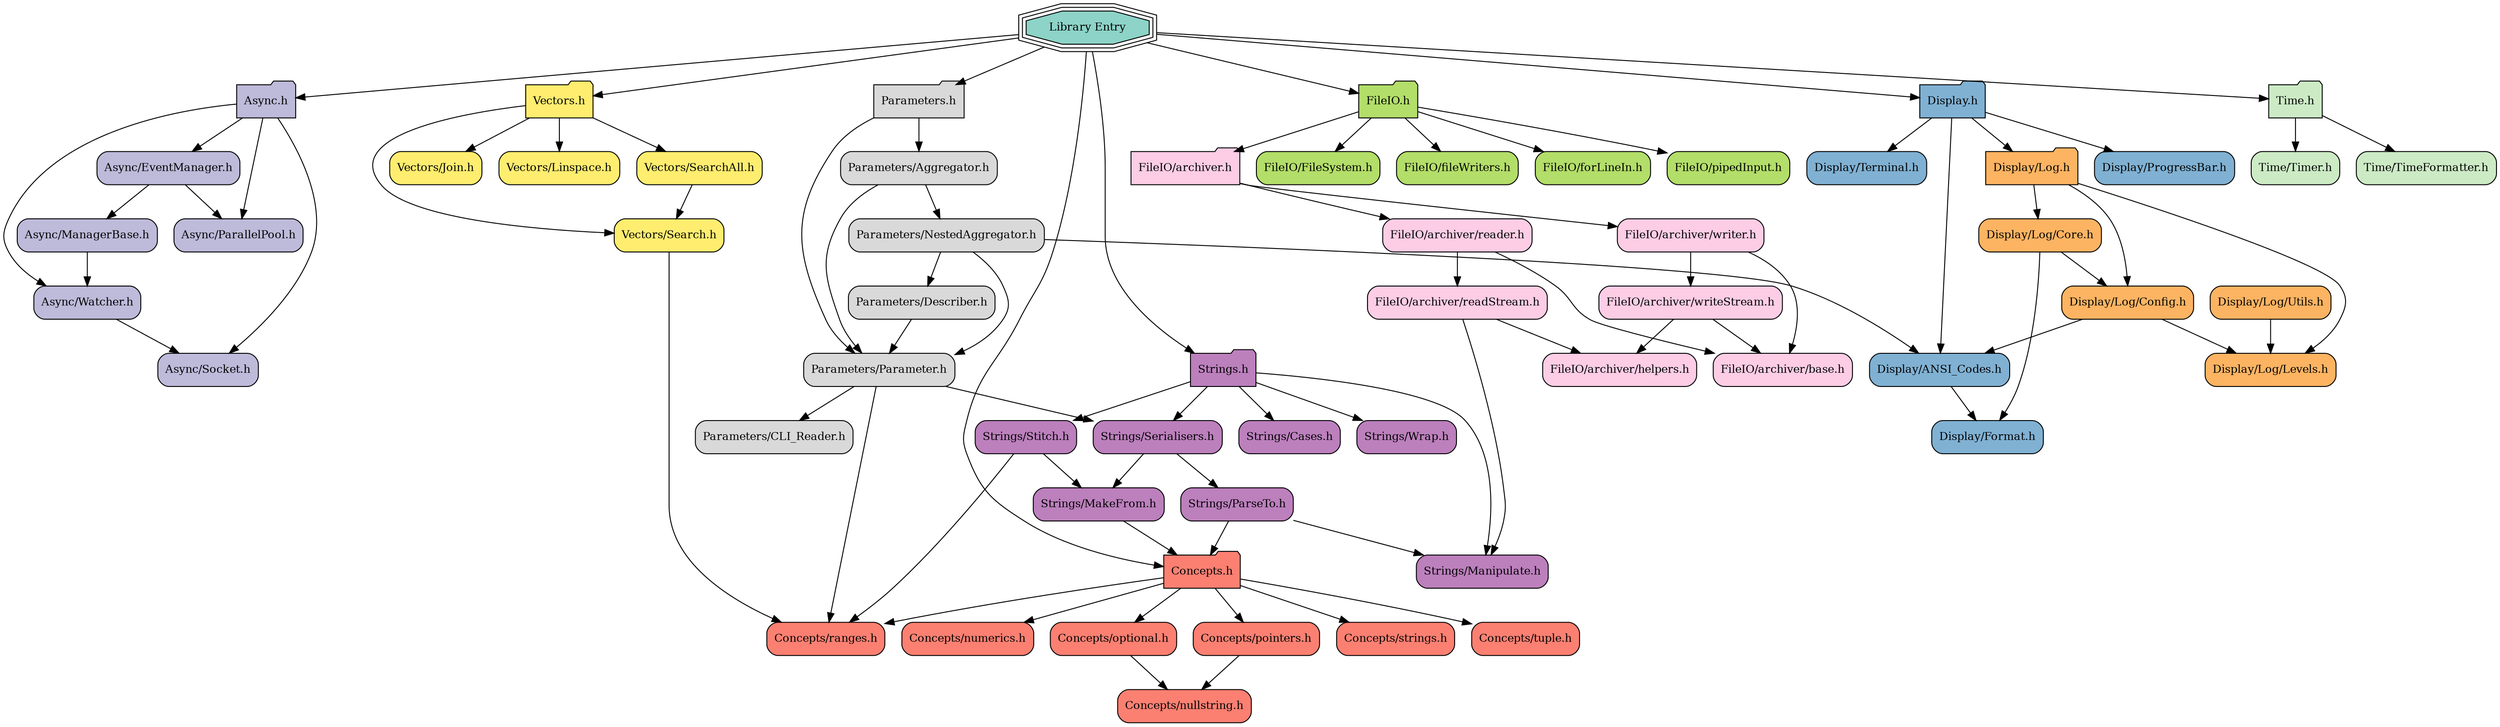
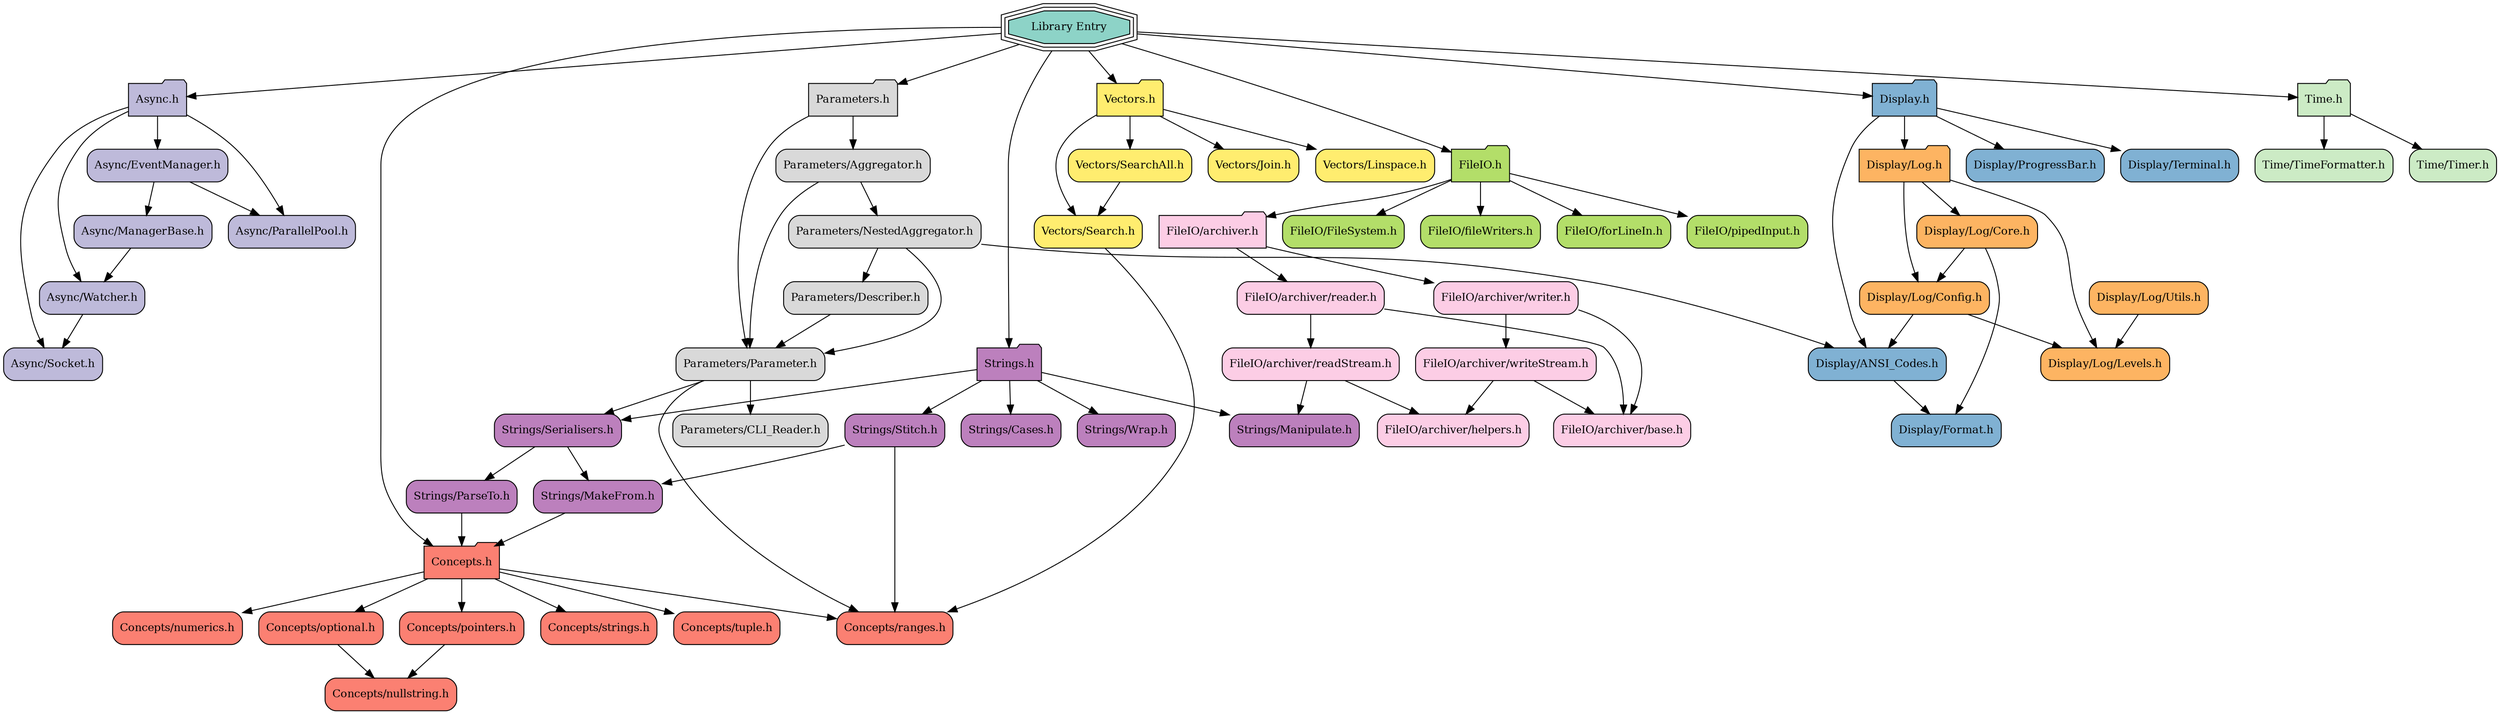
digraph codeviz {
    splines=true
    sep="+15,15"
    overlap=false

    node [shape=Mrecord, fontsize=12]

    node [fillcolor = "#8dd3c7",shape="tripleoctagon", style = "filled"] "JSL.h"                             [label = "Library Entry"]
    node [fillcolor = "#bebada", shape="folder", style = "filled"] "JSL/Async.h"                       [label = "Async.h"]
    node [fillcolor = "#bebada",shape="Mrecord", style = "filled"] "JSL/Async/EventManager.h"          [label = "Async/EventManager.h"]
    node [fillcolor = "#bebada",shape="Mrecord", style = "filled"] "JSL/Async/ManagerBase.h"           [label = "Async/ManagerBase.h"]
    node [fillcolor = "#bebada",shape="Mrecord", style = "filled"] "JSL/Async/ParallelPool.h"          [label = "Async/ParallelPool.h"]
    node [fillcolor = "#bebada",shape="Mrecord", style = "filled"] "JSL/Async/Socket.h"                [label = "Async/Socket.h"]
    node [fillcolor = "#bebada",shape="Mrecord", style = "filled"] "JSL/Async/Watcher.h"               [label = "Async/Watcher.h"]
    node [fillcolor = "#fb8072", shape="folder", style = "filled"] "JSL/Concepts.h"                    [label = "Concepts.h"]
    node [fillcolor = "#fb8072",shape="Mrecord", style = "filled"] "JSL/Concepts/nullstring.h"         [label = "Concepts/nullstring.h"]
    node [fillcolor = "#fb8072",shape="Mrecord", style = "filled"] "JSL/Concepts/numerics.h"           [label = "Concepts/numerics.h"]
    node [fillcolor = "#fb8072",shape="Mrecord", style = "filled"] "JSL/Concepts/optional.h"           [label = "Concepts/optional.h"]
    node [fillcolor = "#fb8072",shape="Mrecord", style = "filled"] "JSL/Concepts/pointers.h"           [label = "Concepts/pointers.h"]
    node [fillcolor = "#fb8072",shape="Mrecord", style = "filled"] "JSL/Concepts/ranges.h"             [label = "Concepts/ranges.h"]
    node [fillcolor = "#fb8072",shape="Mrecord", style = "filled"] "JSL/Concepts/strings.h"            [label = "Concepts/strings.h"]
    node [fillcolor = "#fb8072",shape="Mrecord", style = "filled"] "JSL/Concepts/tuple.h"              [label = "Concepts/tuple.h"]
    node [fillcolor = "#80b1d3", shape="folder", style = "filled"] "JSL/Display.h"                     [label = "Display.h"]
    node [fillcolor = "#80b1d3",shape="Mrecord", style = "filled"] "JSL/Display/ANSI_Codes.h"          [label = "Display/ANSI_Codes.h"]
    node [fillcolor = "#80b1d3",shape="Mrecord", style = "filled"] "JSL/Display/Format.h"              [label = "Display/Format.h"]
    node [fillcolor = "#fdb462", shape="folder", style = "filled"] "JSL/Display/Log.h"                 [label = "Display/Log.h"]
    node [fillcolor = "#fdb462",shape="Mrecord", style = "filled"] "JSL/Display/Log/Config.h"          [label = "Display/Log/Config.h"]
    node [fillcolor = "#fdb462",shape="Mrecord", style = "filled"] "JSL/Display/Log/Core.h"            [label = "Display/Log/Core.h"]
    node [fillcolor = "#fdb462",shape="Mrecord", style = "filled"] "JSL/Display/Log/Levels.h"          [label = "Display/Log/Levels.h"]
    node [fillcolor = "#fdb462",shape="Mrecord", style = "filled"] "JSL/Display/Log/Utils.h"           [label = "Display/Log/Utils.h"]
    node [fillcolor = "#80b1d3",shape="Mrecord", style = "filled"] "JSL/Display/ProgressBar.h"         [label = "Display/ProgressBar.h"]
    node [fillcolor = "#80b1d3",shape="Mrecord", style = "filled"] "JSL/Display/Terminal.h"            [label = "Display/Terminal.h"]
    node [fillcolor = "#b3de69", shape="folder", style = "filled"] "JSL/FileIO.h"                      [label = "FileIO.h"]
    node [fillcolor = "#b3de69",shape="Mrecord", style = "filled"] "JSL/FileIO/FileSystem.h"           [label = "FileIO/FileSystem.h"]
    node [fillcolor = "#fccde5", shape="folder", style = "filled"] "JSL/FileIO/archiver.h"             [label = "FileIO/archiver.h"]
    node [fillcolor = "#fccde5",shape="Mrecord", style = "filled"] "JSL/FileIO/archiver/base.h"        [label = "FileIO/archiver/base.h"]
    node [fillcolor = "#fccde5",shape="Mrecord", style = "filled"] "JSL/FileIO/archiver/helpers.h"     [label = "FileIO/archiver/helpers.h"]
    node [fillcolor = "#fccde5",shape="Mrecord", style = "filled"] "JSL/FileIO/archiver/readStream.h"  [label = "FileIO/archiver/readStream.h"]
    node [fillcolor = "#fccde5",shape="Mrecord", style = "filled"] "JSL/FileIO/archiver/reader.h"      [label = "FileIO/archiver/reader.h"]
    node [fillcolor = "#fccde5",shape="Mrecord", style = "filled"] "JSL/FileIO/archiver/writeStream.h" [label = "FileIO/archiver/writeStream.h"]
    node [fillcolor = "#fccde5",shape="Mrecord", style = "filled"] "JSL/FileIO/archiver/writer.h"      [label = "FileIO/archiver/writer.h"]
    node [fillcolor = "#b3de69",shape="Mrecord", style = "filled"] "JSL/FileIO/fileWriters.h"          [label = "FileIO/fileWriters.h"]
    node [fillcolor = "#b3de69",shape="Mrecord", style = "filled"] "JSL/FileIO/forLineIn.h"            [label = "FileIO/forLineIn.h"]
    node [fillcolor = "#b3de69",shape="Mrecord", style = "filled"] "JSL/FileIO/pipedInput.h"           [label = "FileIO/pipedInput.h"]
    node [fillcolor = "#d9d9d9", shape="folder", style = "filled"] "JSL/Parameters.h"                  [label = "Parameters.h"]
    node [fillcolor = "#d9d9d9",shape="Mrecord", style = "filled"] "JSL/Parameters/Aggregator.h"       [label = "Parameters/Aggregator.h"]
    node [fillcolor = "#d9d9d9",shape="Mrecord", style = "filled"] "JSL/Parameters/CLI_Reader.h"       [label = "Parameters/CLI_Reader.h"]
    node [fillcolor = "#d9d9d9",shape="Mrecord", style = "filled"] "JSL/Parameters/Describer.h"        [label = "Parameters/Describer.h"]
    node [fillcolor = "#d9d9d9",shape="Mrecord", style = "filled"] "JSL/Parameters/NestedAggregator.h" [label = "Parameters/NestedAggregator.h"]
    node [fillcolor = "#d9d9d9",shape="Mrecord", style = "filled"] "JSL/Parameters/Parameter.h"        [label = "Parameters/Parameter.h"]
    node [fillcolor = "#bc80bd", shape="folder", style = "filled"] "JSL/Strings.h"                     [label = "Strings.h"]
    node [fillcolor = "#bc80bd",shape="Mrecord", style = "filled"] "JSL/Strings/Cases.h"               [label = "Strings/Cases.h"]
    node [fillcolor = "#bc80bd",shape="Mrecord", style = "filled"] "JSL/Strings/MakeFrom.h"            [label = "Strings/MakeFrom.h"]
    node [fillcolor = "#bc80bd",shape="Mrecord", style = "filled"] "JSL/Strings/Manipulate.h"          [label = "Strings/Manipulate.h"]
    node [fillcolor = "#bc80bd",shape="Mrecord", style = "filled"] "JSL/Strings/ParseTo.h"             [label = "Strings/ParseTo.h"]
    node [fillcolor = "#bc80bd",shape="Mrecord", style = "filled"] "JSL/Strings/Serialisers.h"         [label = "Strings/Serialisers.h"]
    node [fillcolor = "#bc80bd",shape="Mrecord", style = "filled"] "JSL/Strings/Stitch.h"              [label = "Strings/Stitch.h"]
    node [fillcolor = "#bc80bd",shape="Mrecord", style = "filled"] "JSL/Strings/Wrap.h"                [label = "Strings/Wrap.h"]
    node [fillcolor = "#ccebc5", shape="folder", style = "filled"] "JSL/Time.h"                        [label = "Time.h"]
    node [fillcolor = "#ccebc5",shape="Mrecord", style = "filled"] "JSL/Time/TimeFormatter.h"          [label = "Time/TimeFormatter.h"]
    node [fillcolor = "#ccebc5",shape="Mrecord", style = "filled"] "JSL/Time/Timer.h"                  [label = "Time/Timer.h"]
    node [fillcolor = "#ffed6f", shape="folder", style = "filled"] "JSL/Vectors.h"                     [label = "Vectors.h"]
    node [fillcolor = "#ffed6f",shape="Mrecord", style = "filled"] "JSL/Vectors/Join.h"                [label = "Vectors/Join.h"]
    node [fillcolor = "#ffed6f",shape="Mrecord", style = "filled"] "JSL/Vectors/Linspace.h"            [label = "Vectors/Linspace.h"]
    node [fillcolor = "#ffed6f",shape="Mrecord", style = "filled"] "JSL/Vectors/Search.h"              [label = "Vectors/Search.h"]
    node [fillcolor = "#ffed6f",shape="Mrecord", style = "filled"] "JSL/Vectors/SearchAll.h"           [label = "Vectors/SearchAll.h"]

    "JSL.h"                             -> "JSL/Display.h"
    "JSL.h"                             -> "JSL/FileIO.h"
    "JSL.h"                             -> "JSL/Parameters.h"
    "JSL.h"                             -> "JSL/Strings.h"
    "JSL.h"                             -> "JSL/Time.h"
    "JSL.h"                             -> "JSL/Vectors.h"
    "JSL.h"                             -> "JSL/Async.h"
    "JSL.h"                             -> "JSL/Concepts.h"
    "JSL/Async.h"                       -> "JSL/Async/Socket.h"
    "JSL/Async.h"                       -> "JSL/Async/Watcher.h"
    "JSL/Async.h"                       -> "JSL/Async/EventManager.h"
    "JSL/Async.h"                       -> "JSL/Async/ParallelPool.h"
    "JSL/Async/EventManager.h"          -> "JSL/Async/ManagerBase.h"
    "JSL/Async/EventManager.h"          -> "JSL/Async/ParallelPool.h"
    "JSL/Async/ManagerBase.h"           -> "JSL/Async/Watcher.h"
    "JSL/Async/Watcher.h"               -> "JSL/Async/Socket.h"
    "JSL/Concepts.h"                    -> "JSL/Concepts/ranges.h"[weight=0.3]
    "JSL/Concepts.h"                    -> "JSL/Concepts/tuple.h"
    "JSL/Concepts.h"                    -> "JSL/Concepts/numerics.h"
    "JSL/Concepts.h"                    -> "JSL/Concepts/strings.h"
    "JSL/Concepts.h"                    -> "JSL/Concepts/pointers.h"
    "JSL/Concepts.h"                    -> "JSL/Concepts/optional.h"
    "JSL/Concepts/optional.h"           -> "JSL/Concepts/nullstring.h"
    "JSL/Concepts/pointers.h"           -> "JSL/Concepts/nullstring.h"
    "JSL/Display.h"                     -> "JSL/Display/Log.h"
    "JSL/Display.h"                     -> "JSL/Display/ANSI_Codes.h"
    "JSL/Display.h"                     -> "JSL/Display/ProgressBar.h"
    "JSL/Display.h"                     -> "JSL/Display/Terminal.h"
    "JSL/Display/ANSI_Codes.h"          -> "JSL/Display/Format.h"
    "JSL/Display/Log.h"                 -> "JSL/Display/Log/Core.h"
    "JSL/Display/Log.h"                 -> "JSL/Display/Log/Config.h"
    "JSL/Display/Log.h"                 -> "JSL/Display/Log/Levels.h"
    "JSL/Display/Log/Config.h"          -> "JSL/Display/Log/Levels.h"
    "JSL/Display/Log/Config.h"          -> "JSL/Display/ANSI_Codes.h"
    "JSL/Display/Log/Core.h"            -> "JSL/Display/Log/Config.h"
    "JSL/Display/Log/Core.h"            -> "JSL/Display/Format.h"
    "JSL/Display/Log/Utils.h"           -> "JSL/Display/Log/Levels.h"
    "JSL/FileIO.h"                      -> "JSL/FileIO/forLineIn.h"
    "JSL/FileIO.h"                      -> "JSL/FileIO/FileSystem.h"
    "JSL/FileIO.h"                      -> "JSL/FileIO/fileWriters.h"
    "JSL/FileIO.h"                      -> "JSL/FileIO/pipedInput.h"
    "JSL/FileIO.h"                      -> "JSL/FileIO/archiver.h"
    "JSL/FileIO/archiver.h"             -> "JSL/FileIO/archiver/writer.h"
    "JSL/FileIO/archiver.h"             -> "JSL/FileIO/archiver/reader.h"
    "JSL/FileIO/archiver/readStream.h"  -> "JSL/Strings/Manipulate.h"
    "JSL/FileIO/archiver/readStream.h"  -> "JSL/FileIO/archiver/helpers.h"
    "JSL/FileIO/archiver/reader.h"      -> "JSL/FileIO/archiver/base.h"
    "JSL/FileIO/archiver/reader.h"      -> "JSL/FileIO/archiver/readStream.h"
    "JSL/FileIO/archiver/writeStream.h" -> "JSL/FileIO/archiver/base.h"
    "JSL/FileIO/archiver/writeStream.h" -> "JSL/FileIO/archiver/helpers.h"
    "JSL/FileIO/archiver/writer.h"      -> "JSL/FileIO/archiver/base.h"
    "JSL/FileIO/archiver/writer.h"      -> "JSL/FileIO/archiver/writeStream.h"
    "JSL/Parameters.h"                  -> "JSL/Parameters/Parameter.h"
    "JSL/Parameters.h"                  -> "JSL/Parameters/Aggregator.h"
    "JSL/Parameters/Aggregator.h"       -> "JSL/Parameters/NestedAggregator.h"
    "JSL/Parameters/Aggregator.h"       -> "JSL/Parameters/Parameter.h"
    "JSL/Parameters/Describer.h"        -> "JSL/Parameters/Parameter.h"
    "JSL/Parameters/NestedAggregator.h" -> "JSL/Parameters/Parameter.h"
    "JSL/Parameters/NestedAggregator.h" -> "JSL/Display/ANSI_Codes.h"
    "JSL/Parameters/NestedAggregator.h" -> "JSL/Parameters/Describer.h"
    "JSL/Parameters/Parameter.h"        -> "JSL/Concepts/ranges.h"
    "JSL/Parameters/Parameter.h"        -> "JSL/Strings/Serialisers.h"
    "JSL/Parameters/Parameter.h"        -> "JSL/Parameters/CLI_Reader.h"
    "JSL/Strings.h"                     -> "JSL/Strings/Serialisers.h"
    "JSL/Strings.h"                     -> "JSL/Strings/Cases.h"
    "JSL/Strings.h"                     -> "JSL/Strings/Manipulate.h"
    "JSL/Strings.h"                     -> "JSL/Strings/Stitch.h"
    "JSL/Strings.h"                     -> "JSL/Strings/Wrap.h"
    "JSL/Strings/MakeFrom.h"            -> "JSL/Concepts.h"
-     "JSL/Strings/ParseTo.h"             -> "JSL/Strings/Manipulate.h"
    "JSL/Strings/ParseTo.h"             -> "JSL/Concepts.h"
    "JSL/Strings/Serialisers.h"         -> "JSL/Strings/MakeFrom.h"
    "JSL/Strings/Serialisers.h"         -> "JSL/Strings/ParseTo.h"
    "JSL/Strings/Stitch.h"              -> "JSL/Strings/MakeFrom.h"
    "JSL/Strings/Stitch.h"              -> "JSL/Concepts/ranges.h"
    "JSL/Time.h"                        -> "JSL/Time/Timer.h"
    "JSL/Time.h"                        -> "JSL/Time/TimeFormatter.h"
    "JSL/Vectors.h"                     -> "JSL/Vectors/Search.h"
    "JSL/Vectors.h"                     -> "JSL/Vectors/SearchAll.h"
    "JSL/Vectors.h"                     -> "JSL/Vectors/Join.h"
    "JSL/Vectors.h"                     -> "JSL/Vectors/Linspace.h"
    "JSL/Vectors/Search.h"              -> "JSL/Concepts/ranges.h"
    "JSL/Vectors/SearchAll.h"           -> "JSL/Vectors/Search.h"
}
